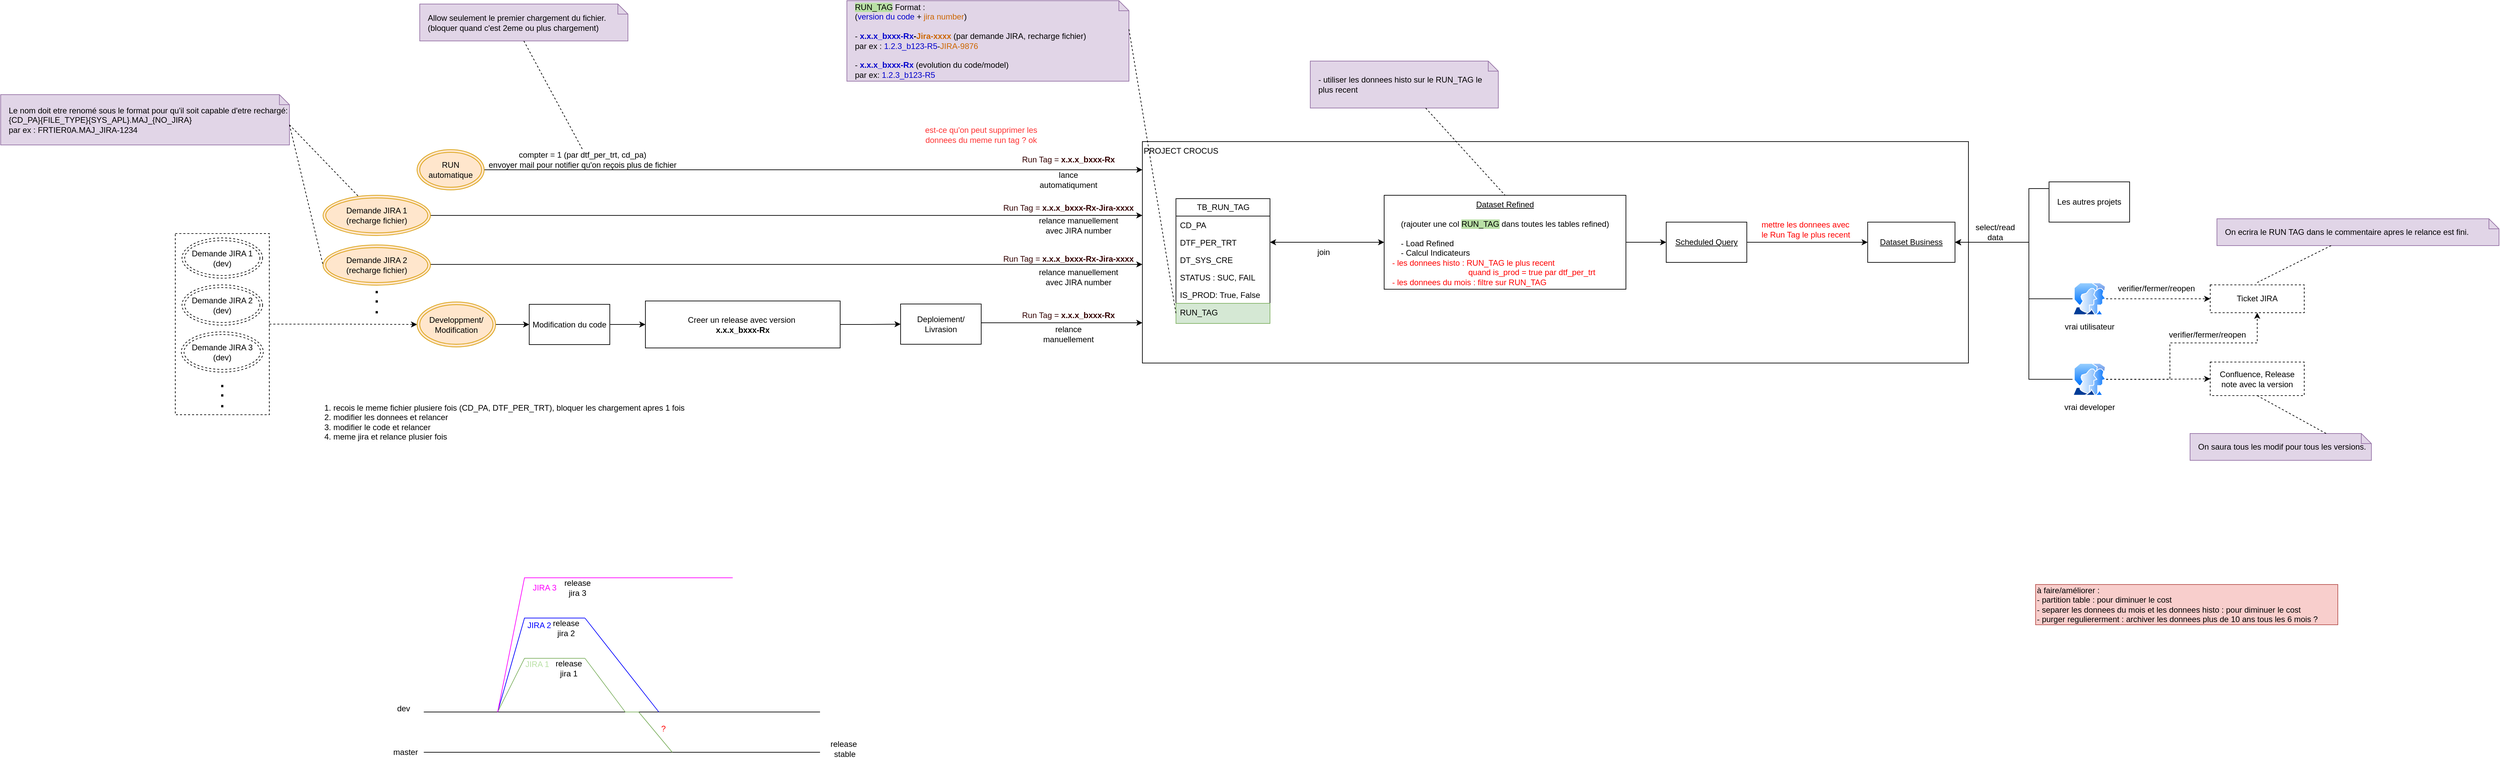
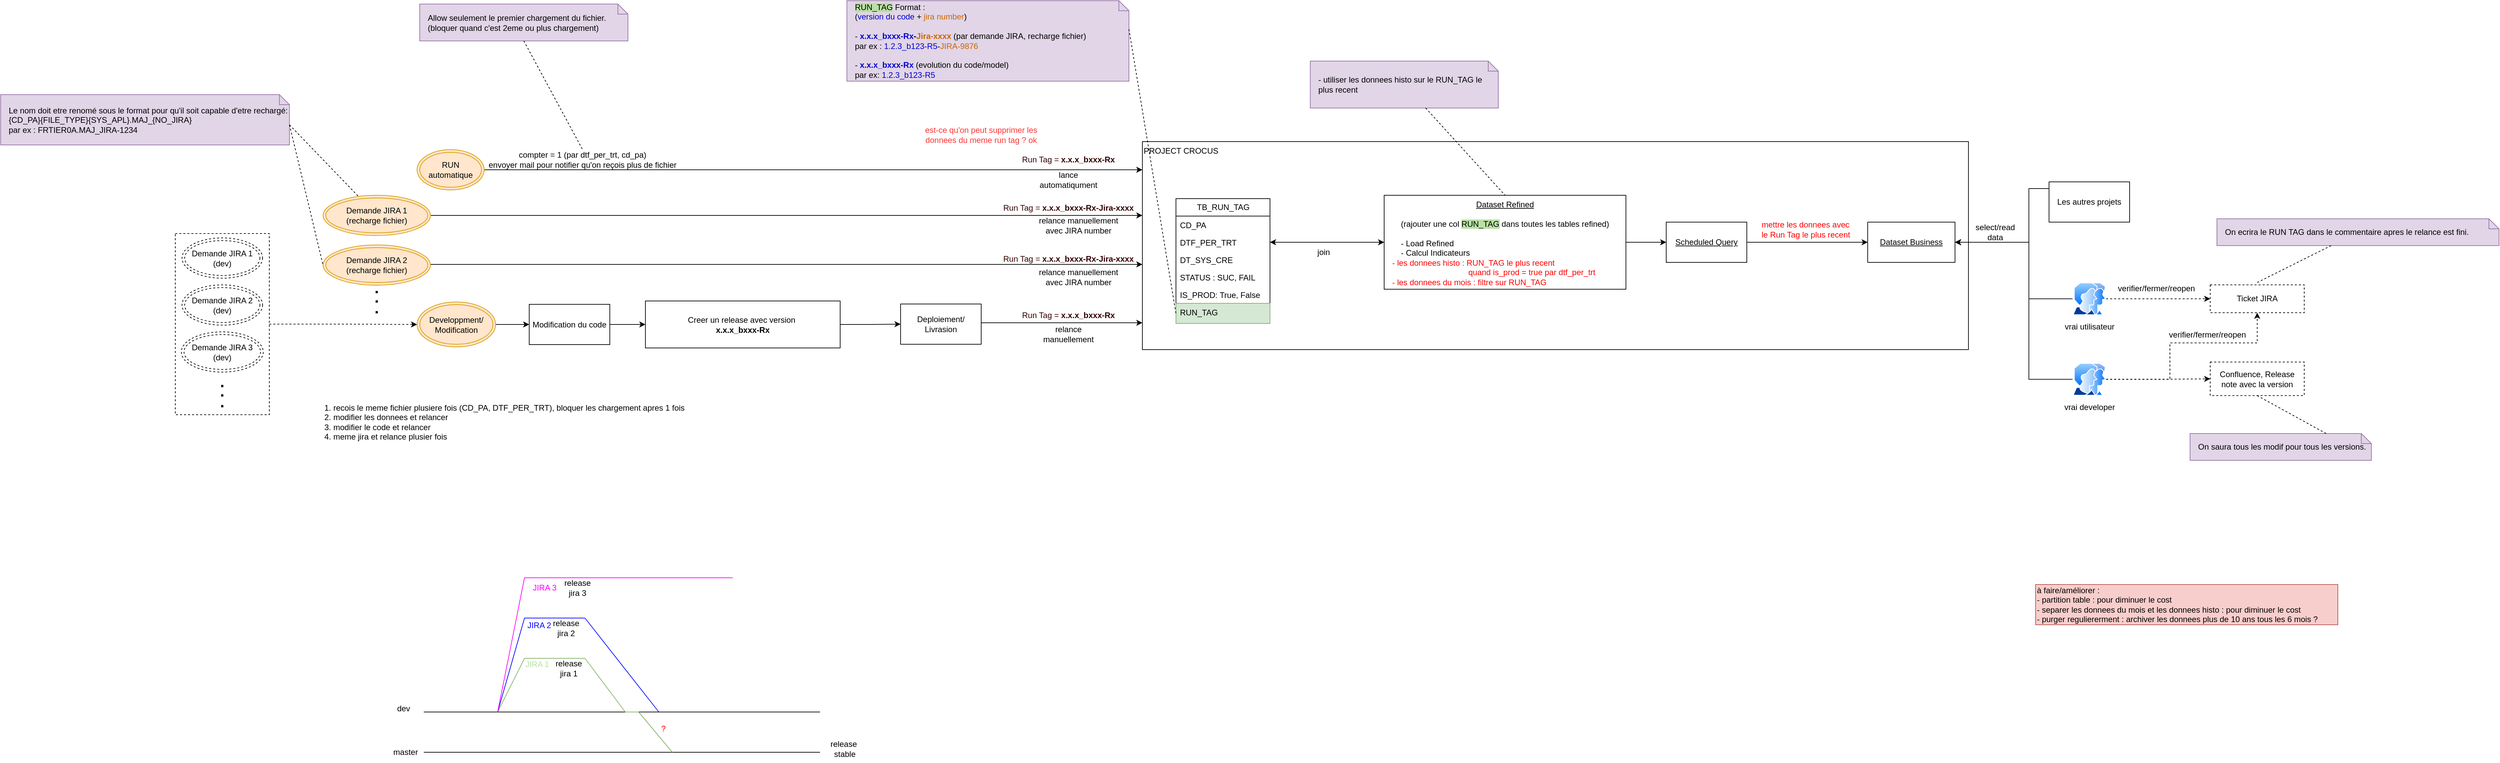
<mxfile host="app.diagrams.net">
  <diagram name="Page-1" id="bEAYSmEDHXBXhFzCy1HB">
    <mxGraphModel dx="3279" dy="1847" grid="1" gridSize="10" guides="1" tooltips="1" connect="1" arrows="1" fold="1" page="1" pageScale="1" pageWidth="827" pageHeight="1169" math="0" shadow="0">
      <root>
        <mxCell id="0" />
        <mxCell id="1" parent="0" />
        <mxCell id="cKu8MT6L8Fp_BZaxLZj7-22" edge="1" parent="1" source="cKu8MT6L8Fp_BZaxLZj7-16" style="edgeStyle=orthogonalEdgeStyle;rounded=0;orthogonalLoop=1;jettySize=auto;html=1;dashed=1;" target="QUzsFoNl6aFI_2ed8XXq-33">
          <mxGeometry relative="1" as="geometry">
            <Array as="points" />
            <mxPoint x="-937.4999999999995" y="382" as="sourcePoint" />
            <mxPoint x="-602.4999999999995" y="365" as="targetPoint" />
          </mxGeometry>
        </mxCell>
        <mxCell id="cKu8MT6L8Fp_BZaxLZj7-16" parent="1" style="rounded=0;whiteSpace=wrap;html=1;dashed=1;" value="" vertex="1">
          <mxGeometry height="270" width="140" x="-1070" y="247" as="geometry" />
        </mxCell>
        <mxCell id="QUzsFoNl6aFI_2ed8XXq-13" parent="1" style="rounded=0;whiteSpace=wrap;html=1;align=left;verticalAlign=top;" value="PROJECT CROCUS" vertex="1">
-           <mxGeometry height="330" width="1230" x="370" y="110" as="geometry" />
+           <mxGeometry height="310" width="1230" x="370" y="110" as="geometry" />
        </mxCell>
        <mxCell id="QUzsFoNl6aFI_2ed8XXq-1" parent="1" style="swimlane;fontStyle=0;childLayout=stackLayout;horizontal=1;startSize=26;fillColor=none;horizontalStack=0;resizeParent=1;resizeParentMax=0;resizeLast=0;collapsible=1;marginBottom=0;html=1;" value="TB_RUN_TAG" vertex="1">
          <mxGeometry height="186" width="140" x="420" y="195" as="geometry" />
        </mxCell>
        <mxCell id="QUzsFoNl6aFI_2ed8XXq-2" parent="QUzsFoNl6aFI_2ed8XXq-1" style="text;strokeColor=none;fillColor=none;align=left;verticalAlign=top;spacingLeft=4;spacingRight=4;overflow=hidden;rotatable=0;points=[[0,0.5],[1,0.5]];portConstraint=eastwest;whiteSpace=wrap;html=1;" value="CD_PA" vertex="1">
          <mxGeometry height="26" width="140" y="26" as="geometry" />
        </mxCell>
        <mxCell id="QUzsFoNl6aFI_2ed8XXq-3" parent="QUzsFoNl6aFI_2ed8XXq-1" style="text;strokeColor=none;fillColor=none;align=left;verticalAlign=top;spacingLeft=4;spacingRight=4;overflow=hidden;rotatable=0;points=[[0,0.5],[1,0.5]];portConstraint=eastwest;whiteSpace=wrap;html=1;" value="DTF_PER_TRT" vertex="1">
          <mxGeometry height="26" width="140" y="52" as="geometry" />
        </mxCell>
        <mxCell id="QUzsFoNl6aFI_2ed8XXq-4" parent="QUzsFoNl6aFI_2ed8XXq-1" style="text;strokeColor=none;fillColor=none;align=left;verticalAlign=top;spacingLeft=4;spacingRight=4;overflow=hidden;rotatable=0;points=[[0,0.5],[1,0.5]];portConstraint=eastwest;whiteSpace=wrap;html=1;" value="DT_SYS_CRE" vertex="1">
          <mxGeometry height="26" width="140" y="78" as="geometry" />
        </mxCell>
        <mxCell id="QUzsFoNl6aFI_2ed8XXq-105" parent="QUzsFoNl6aFI_2ed8XXq-1" style="text;strokeColor=none;fillColor=none;align=left;verticalAlign=top;spacingLeft=4;spacingRight=4;overflow=hidden;rotatable=0;points=[[0,0.5],[1,0.5]];portConstraint=eastwest;whiteSpace=wrap;html=1;" value="STATUS : SUC, FAIL" vertex="1">
          <mxGeometry height="26" width="140" y="104" as="geometry" />
        </mxCell>
        <mxCell id="DOhsEIRQmGDwiVjTRz9E-7" parent="QUzsFoNl6aFI_2ed8XXq-1" style="text;strokeColor=none;fillColor=none;align=left;verticalAlign=top;spacingLeft=4;spacingRight=4;overflow=hidden;rotatable=0;points=[[0,0.5],[1,0.5]];portConstraint=eastwest;whiteSpace=wrap;html=1;" value="IS_PROD: True, False" vertex="1">
          <mxGeometry height="26" width="140" y="130" as="geometry" />
        </mxCell>
        <mxCell id="QUzsFoNl6aFI_2ed8XXq-5" parent="QUzsFoNl6aFI_2ed8XXq-1" style="text;strokeColor=#82b366;fillColor=#d5e8d4;align=left;verticalAlign=top;spacingLeft=4;spacingRight=4;overflow=hidden;rotatable=0;points=[[0,0.5],[1,0.5]];portConstraint=eastwest;whiteSpace=wrap;html=1;" value="RUN_TAG" vertex="1">
          <mxGeometry height="30" width="140" y="156" as="geometry" />
        </mxCell>
        <mxCell id="QUzsFoNl6aFI_2ed8XXq-7" parent="1" style="shape=note;size=15;align=left;spacingLeft=10;html=1;whiteSpace=wrap;fillColor=#e1d5e7;strokeColor=#9673a6;" value="&lt;span style=&quot;background-color: rgb(185, 224, 165);&quot;&gt;RUN_TAG&lt;/span&gt; Format :&amp;nbsp;&lt;div&gt;(&lt;font style=&quot;color: rgb(0, 0, 204);&quot;&gt;version du code&lt;/font&gt; +&lt;font style=&quot;color: rgb(204, 102, 0);&quot;&gt; &lt;font&gt;jira number&lt;/font&gt;&lt;/font&gt;)&lt;/div&gt;&lt;div&gt;&lt;br&gt;&lt;div&gt;- &lt;b&gt;&lt;font style=&quot;color: rgb(0, 0, 204);&quot;&gt;x.x.x_bxxx-Rx&lt;/font&gt;-&lt;font style=&quot;color: rgb(204, 102, 0);&quot;&gt;Jira-xxxx&lt;/font&gt;&lt;/b&gt; (par demande JIRA, recharge fichier)&amp;nbsp;&lt;/div&gt;&lt;div&gt;par ex : &lt;font style=&quot;color: rgb(0, 0, 204);&quot;&gt;1.2.3_b123-R5&lt;/font&gt;-&lt;font style=&quot;color: rgb(204, 102, 0);&quot;&gt;JIRA-9876&lt;/font&gt;&lt;/div&gt;&lt;div&gt;&lt;br&gt;&lt;/div&gt;&lt;div&gt;-&lt;b&gt; &lt;font style=&quot;color: rgb(0, 0, 204);&quot;&gt;x.x.x_bxxx-Rx&lt;/font&gt;&lt;/b&gt; (evolution du code/model)&lt;/div&gt;&lt;div&gt;&lt;span style=&quot;background-color: transparent; color: light-dark(rgb(0, 0, 0), rgb(255, 255, 255));&quot;&gt;par ex: &lt;/span&gt;&lt;span style=&quot;background-color: transparent;&quot;&gt;&lt;font style=&quot;color: light-dark(rgb(0, 0, 204), rgb(255, 255, 255));&quot;&gt;1.2.3_b123-R5&lt;/font&gt;&lt;/span&gt;&lt;/div&gt;&lt;/div&gt;" vertex="1">
          <mxGeometry height="120" width="420" x="-70" y="-100" as="geometry" />
        </mxCell>
        <mxCell id="QUzsFoNl6aFI_2ed8XXq-8" edge="1" parent="1" source="QUzsFoNl6aFI_2ed8XXq-7" style="edgeStyle=none;endArrow=none;exitX=0;exitY=0;dashed=1;html=1;rounded=0;entryX=0;entryY=0.5;entryDx=0;entryDy=0;exitDx=420;exitDy=42.5;exitPerimeter=0;" target="QUzsFoNl6aFI_2ed8XXq-5" value="">
          <mxGeometry relative="1" x="1" as="geometry">
            <mxPoint x="590" y="660" as="targetPoint" />
          </mxGeometry>
        </mxCell>
        <mxCell id="QUzsFoNl6aFI_2ed8XXq-10" parent="1" style="rounded=0;whiteSpace=wrap;html=1;dashed=1;" value="Confluence, Release note avec la v&lt;span style=&quot;background-color: transparent; color: light-dark(rgb(0, 0, 0), rgb(255, 255, 255));&quot;&gt;ersion&lt;/span&gt;" vertex="1">
          <mxGeometry height="50" width="140" x="1960" y="438.5" as="geometry" />
        </mxCell>
        <mxCell id="QUzsFoNl6aFI_2ed8XXq-11" parent="1" style="rounded=0;whiteSpace=wrap;html=1;dashed=1;" value="Ticket JIRA" vertex="1">
          <mxGeometry height="41.5" width="140" x="1960" y="323.5" as="geometry" />
        </mxCell>
        <mxCell id="QUzsFoNl6aFI_2ed8XXq-42" edge="1" parent="1" source="QUzsFoNl6aFI_2ed8XXq-12" style="edgeStyle=orthogonalEdgeStyle;rounded=0;orthogonalLoop=1;jettySize=auto;html=1;entryX=1;entryY=0.5;entryDx=0;entryDy=0;startArrow=classic;startFill=1;" target="QUzsFoNl6aFI_2ed8XXq-3">
          <mxGeometry relative="1" as="geometry" />
        </mxCell>
        <mxCell id="QUzsFoNl6aFI_2ed8XXq-50" edge="1" parent="1" source="QUzsFoNl6aFI_2ed8XXq-12" style="edgeStyle=orthogonalEdgeStyle;rounded=0;orthogonalLoop=1;jettySize=auto;html=1;" target="QUzsFoNl6aFI_2ed8XXq-46">
          <mxGeometry relative="1" as="geometry">
            <Array as="points" />
          </mxGeometry>
        </mxCell>
        <mxCell id="QUzsFoNl6aFI_2ed8XXq-12" parent="1" style="rounded=0;whiteSpace=wrap;html=1;verticalAlign=top;" value="&lt;u&gt;Dataset Refined&lt;/u&gt;&lt;div&gt;&lt;u&gt;&lt;br&gt;&lt;/u&gt;&lt;div&gt;(rajouter une col &lt;span style=&quot;background-color: rgb(185, 224, 165);&quot;&gt;RUN_TAG&lt;/span&gt;&lt;span&gt; &lt;/span&gt;dans toutes les tables refined)&lt;/div&gt;&lt;div&gt;&lt;br&gt;&lt;/div&gt;&lt;div style=&quot;text-align: left;&quot;&gt;- Load Refined&amp;nbsp; &amp;nbsp; &amp;nbsp; &amp;nbsp;&lt;/div&gt;&lt;div style=&quot;text-align: left;&quot;&gt;- Calcul Indicateurs&lt;/div&gt;&lt;/div&gt;" vertex="1">
          <mxGeometry height="140" width="360" x="730" y="190" as="geometry" />
        </mxCell>
        <mxCell id="QUzsFoNl6aFI_2ed8XXq-27" edge="1" parent="1" source="QUzsFoNl6aFI_2ed8XXq-33" style="edgeStyle=orthogonalEdgeStyle;rounded=0;orthogonalLoop=1;jettySize=auto;html=1;entryX=0;entryY=0.5;entryDx=0;entryDy=0;" target="QUzsFoNl6aFI_2ed8XXq-23">
          <mxGeometry relative="1" as="geometry">
            <mxPoint x="-740" y="198" as="sourcePoint" />
          </mxGeometry>
        </mxCell>
        <mxCell id="QUzsFoNl6aFI_2ed8XXq-19" parent="1" style="text;html=1;whiteSpace=wrap;strokeColor=none;fillColor=none;align=center;verticalAlign=middle;rounded=0;fontColor=#330000;" value="&lt;font style=&quot;&quot;&gt;Run Tag =&amp;nbsp;&lt;/font&gt;&lt;b style=&quot;text-align: left;&quot;&gt;x.x.x_bxxx-Rx-Jira-xxxx&lt;/b&gt;" vertex="1">
          <mxGeometry height="30" width="200" x="160" y="269.5" as="geometry" />
        </mxCell>
        <mxCell id="cKu8MT6L8Fp_BZaxLZj7-37" edge="1" parent="1" source="QUzsFoNl6aFI_2ed8XXq-23" style="edgeStyle=orthogonalEdgeStyle;rounded=0;orthogonalLoop=1;jettySize=auto;html=1;" target="QUzsFoNl6aFI_2ed8XXq-25">
          <mxGeometry relative="1" as="geometry" />
        </mxCell>
        <mxCell id="QUzsFoNl6aFI_2ed8XXq-23" parent="1" style="rounded=0;whiteSpace=wrap;html=1;" value="Modification du code" vertex="1">
          <mxGeometry height="60" width="120" x="-543" y="352.5" as="geometry" />
        </mxCell>
        <mxCell id="QUzsFoNl6aFI_2ed8XXq-31" edge="1" parent="1" source="QUzsFoNl6aFI_2ed8XXq-24" style="edgeStyle=orthogonalEdgeStyle;rounded=0;orthogonalLoop=1;jettySize=auto;html=1;" target="QUzsFoNl6aFI_2ed8XXq-13">
          <mxGeometry relative="1" as="geometry">
            <Array as="points">
              <mxPoint x="180" y="380" />
              <mxPoint x="180" y="380" />
            </Array>
            <mxPoint x="380" y="373" as="targetPoint" />
          </mxGeometry>
        </mxCell>
        <mxCell id="QUzsFoNl6aFI_2ed8XXq-24" parent="1" style="rounded=0;whiteSpace=wrap;html=1;" value="Deploiement/ Livrasion" vertex="1">
          <mxGeometry height="60" width="120" x="10" y="352" as="geometry" />
        </mxCell>
        <mxCell id="cKu8MT6L8Fp_BZaxLZj7-38" edge="1" parent="1" source="QUzsFoNl6aFI_2ed8XXq-25" style="edgeStyle=orthogonalEdgeStyle;rounded=0;orthogonalLoop=1;jettySize=auto;html=1;" target="QUzsFoNl6aFI_2ed8XXq-24">
          <mxGeometry relative="1" as="geometry" />
        </mxCell>
        <mxCell id="QUzsFoNl6aFI_2ed8XXq-25" parent="1" style="rounded=0;whiteSpace=wrap;html=1;" value="Creer un release avec version&amp;nbsp;&lt;div&gt;&lt;span style=&quot;text-align: left;&quot;&gt;&lt;b&gt;x.x.x_bxxx-Rx&lt;/b&gt;&lt;/span&gt;&lt;/div&gt;" vertex="1">
          <mxGeometry height="70" width="290" x="-370" y="347.5" as="geometry" />
        </mxCell>
        <mxCell id="QUzsFoNl6aFI_2ed8XXq-33" parent="1" style="ellipse;shape=doubleEllipse;whiteSpace=wrap;html=1;fillColor=#ffe6cc;strokeColor=#d79b00;" value="Developpment/&lt;div&gt;Modification&lt;/div&gt;" vertex="1">
          <mxGeometry height="67" width="117" x="-710" y="349" as="geometry" />
        </mxCell>
        <mxCell id="cKu8MT6L8Fp_BZaxLZj7-5" edge="1" parent="1" style="edgeStyle=orthogonalEdgeStyle;rounded=0;orthogonalLoop=1;jettySize=auto;html=1;">
          <mxGeometry relative="1" as="geometry">
            <Array as="points">
              <mxPoint x="110" y="293" />
              <mxPoint x="110" y="293" />
            </Array>
            <mxPoint x="-690.0000000000005" y="293" as="sourcePoint" />
            <mxPoint x="370" y="293" as="targetPoint" />
          </mxGeometry>
        </mxCell>
        <mxCell id="QUzsFoNl6aFI_2ed8XXq-34" parent="1" style="ellipse;shape=doubleEllipse;whiteSpace=wrap;html=1;fillColor=#ffe6cc;strokeColor=#d79b00;" value="Demande JIRA 2&lt;div&gt;(recharge fichier)&lt;/div&gt;" vertex="1">
          <mxGeometry height="60" width="160" x="-850" y="264" as="geometry" />
        </mxCell>
        <mxCell id="QUzsFoNl6aFI_2ed8XXq-36" edge="1" parent="1" source="QUzsFoNl6aFI_2ed8XXq-35" style="edgeStyle=orthogonalEdgeStyle;rounded=0;orthogonalLoop=1;jettySize=auto;html=1;" target="QUzsFoNl6aFI_2ed8XXq-13">
          <mxGeometry relative="1" as="geometry">
            <Array as="points">
              <mxPoint x="140" y="152" />
              <mxPoint x="140" y="152" />
            </Array>
            <mxPoint x="380" y="152.0588235294117" as="targetPoint" />
          </mxGeometry>
        </mxCell>
        <mxCell id="QUzsFoNl6aFI_2ed8XXq-35" parent="1" style="ellipse;shape=doubleEllipse;whiteSpace=wrap;html=1;fillColor=#ffe6cc;strokeColor=#d79b00;" value="RUN automatique" vertex="1">
          <mxGeometry height="60" width="100" x="-710" y="122" as="geometry" />
        </mxCell>
        <mxCell id="QUzsFoNl6aFI_2ed8XXq-40" parent="1" style="shape=note;size=15;align=left;spacingLeft=10;html=1;whiteSpace=wrap;fillColor=#e1d5e7;strokeColor=#9673a6;" value="&lt;div&gt;- utiliser les donnees histo sur le RUN_TAG le plus recent&lt;/div&gt;" vertex="1">
          <mxGeometry height="70" width="280" x="620" y="-10" as="geometry" />
        </mxCell>
        <mxCell id="QUzsFoNl6aFI_2ed8XXq-41" edge="1" parent="1" source="QUzsFoNl6aFI_2ed8XXq-40" style="edgeStyle=none;endArrow=none;dashed=1;html=1;rounded=0;entryX=0.5;entryY=0;entryDx=0;entryDy=0;" target="QUzsFoNl6aFI_2ed8XXq-12" value="">
          <mxGeometry relative="1" x="1" as="geometry">
            <mxPoint x="720" y="650" as="sourcePoint" />
            <mxPoint x="772" y="500" as="targetPoint" />
          </mxGeometry>
        </mxCell>
        <mxCell id="QUzsFoNl6aFI_2ed8XXq-43" parent="1" style="text;html=1;whiteSpace=wrap;strokeColor=none;fillColor=none;align=left;verticalAlign=middle;rounded=0;" value="&lt;font style=&quot;color: rgb(255, 0, 0);&quot;&gt;- les donnees histo : RUN_TAG le plus recent&amp;nbsp;&lt;/font&gt;&lt;div&gt;&lt;font style=&quot;color: rgb(255, 0, 0);&quot;&gt;&amp;nbsp; &amp;nbsp; &amp;nbsp; &amp;nbsp; &amp;nbsp; &amp;nbsp; &amp;nbsp; &amp;nbsp; &amp;nbsp; &amp;nbsp; &amp;nbsp; &amp;nbsp; &amp;nbsp; &amp;nbsp; &amp;nbsp; &amp;nbsp; &amp;nbsp; quand is_prod = true par dtf_per_trt&lt;/font&gt;&lt;div&gt;&lt;font style=&quot;color: rgb(255, 0, 0);&quot;&gt;- les donnees du mois : f&lt;/font&gt;&lt;span style=&quot;color: light-dark(rgb(255, 0, 0), rgb(255, 144, 144)); background-color: transparent;&quot;&gt;iltre sur RUN_TAG&lt;/span&gt;&lt;/div&gt;&lt;/div&gt;" vertex="1">
          <mxGeometry height="30" width="370" x="740" y="290" as="geometry" />
        </mxCell>
        <mxCell id="QUzsFoNl6aFI_2ed8XXq-45" parent="1" style="rounded=0;whiteSpace=wrap;html=1;" value="&lt;u&gt;Dataset Business&lt;/u&gt;" vertex="1">
          <mxGeometry height="60" width="130" x="1450" y="230" as="geometry" />
        </mxCell>
        <mxCell id="QUzsFoNl6aFI_2ed8XXq-48" edge="1" parent="1" source="QUzsFoNl6aFI_2ed8XXq-46" style="edgeStyle=orthogonalEdgeStyle;rounded=0;orthogonalLoop=1;jettySize=auto;html=1;" target="QUzsFoNl6aFI_2ed8XXq-45">
          <mxGeometry relative="1" as="geometry" />
        </mxCell>
        <mxCell id="QUzsFoNl6aFI_2ed8XXq-46" parent="1" style="rounded=0;whiteSpace=wrap;html=1;" value="&lt;u&gt;Scheduled Query&lt;/u&gt;" vertex="1">
          <mxGeometry height="60" width="120" x="1150" y="230" as="geometry" />
        </mxCell>
        <mxCell id="QUzsFoNl6aFI_2ed8XXq-51" parent="1" style="text;html=1;whiteSpace=wrap;strokeColor=none;fillColor=none;align=left;verticalAlign=middle;rounded=0;fontColor=#FF0000;" value="mettre les donnees avec le Run Tag le plus recent" vertex="1">
          <mxGeometry height="30" width="140" x="1290" y="226" as="geometry" />
        </mxCell>
        <mxCell id="QUzsFoNl6aFI_2ed8XXq-59" edge="1" parent="1" source="QUzsFoNl6aFI_2ed8XXq-52" style="edgeStyle=orthogonalEdgeStyle;rounded=0;orthogonalLoop=1;jettySize=auto;html=1;entryX=1;entryY=0.5;entryDx=0;entryDy=0;" target="QUzsFoNl6aFI_2ed8XXq-45">
          <mxGeometry relative="1" as="geometry">
            <Array as="points">
              <mxPoint x="1690" y="180" />
              <mxPoint x="1690" y="260" />
            </Array>
          </mxGeometry>
        </mxCell>
        <mxCell id="QUzsFoNl6aFI_2ed8XXq-52" parent="1" style="rounded=0;whiteSpace=wrap;html=1;" value="Les autres projets" vertex="1">
          <mxGeometry height="60" width="120" x="1720" y="170" as="geometry" />
        </mxCell>
        <mxCell id="QUzsFoNl6aFI_2ed8XXq-58" edge="1" parent="1" source="QUzsFoNl6aFI_2ed8XXq-57" style="edgeStyle=orthogonalEdgeStyle;rounded=0;orthogonalLoop=1;jettySize=auto;html=1;entryX=1;entryY=0.5;entryDx=0;entryDy=0;" target="QUzsFoNl6aFI_2ed8XXq-45">
          <mxGeometry relative="1" as="geometry">
            <Array as="points">
              <mxPoint x="1690" y="344" />
              <mxPoint x="1690" y="260" />
            </Array>
          </mxGeometry>
        </mxCell>
        <mxCell id="QUzsFoNl6aFI_2ed8XXq-65" edge="1" parent="1" source="QUzsFoNl6aFI_2ed8XXq-57" style="edgeStyle=orthogonalEdgeStyle;rounded=0;orthogonalLoop=1;jettySize=auto;html=1;dashed=1;" target="QUzsFoNl6aFI_2ed8XXq-11">
          <mxGeometry relative="1" as="geometry" />
        </mxCell>
        <mxCell id="QUzsFoNl6aFI_2ed8XXq-57" parent="1" style="image;aspect=fixed;perimeter=ellipsePerimeter;html=1;align=center;shadow=0;dashed=0;spacingTop=3;image=img/lib/active_directory/user_accounts.svg;" value="vrai utilisateur" vertex="1">
          <mxGeometry height="48.5" width="50" x="1755" y="320" as="geometry" />
        </mxCell>
        <mxCell id="QUzsFoNl6aFI_2ed8XXq-60" parent="1" style="text;html=1;whiteSpace=wrap;strokeColor=none;fillColor=none;align=center;verticalAlign=middle;rounded=0;" value="select/read data" vertex="1">
          <mxGeometry height="30" width="60" x="1610" y="230" as="geometry" />
        </mxCell>
        <mxCell id="QUzsFoNl6aFI_2ed8XXq-63" edge="1" parent="1" source="QUzsFoNl6aFI_2ed8XXq-62" style="edgeStyle=orthogonalEdgeStyle;rounded=0;orthogonalLoop=1;jettySize=auto;html=1;entryX=1;entryY=0.5;entryDx=0;entryDy=0;" target="QUzsFoNl6aFI_2ed8XXq-45">
          <mxGeometry relative="1" as="geometry">
            <Array as="points">
              <mxPoint x="1690" y="464" />
              <mxPoint x="1690" y="260" />
            </Array>
          </mxGeometry>
        </mxCell>
        <mxCell id="QUzsFoNl6aFI_2ed8XXq-66" edge="1" parent="1" source="QUzsFoNl6aFI_2ed8XXq-62" style="edgeStyle=orthogonalEdgeStyle;rounded=0;orthogonalLoop=1;jettySize=auto;html=1;dashed=1;" target="QUzsFoNl6aFI_2ed8XXq-10">
          <mxGeometry relative="1" as="geometry" />
        </mxCell>
        <mxCell id="QUzsFoNl6aFI_2ed8XXq-68" edge="1" parent="1" source="QUzsFoNl6aFI_2ed8XXq-62" style="edgeStyle=orthogonalEdgeStyle;rounded=0;orthogonalLoop=1;jettySize=auto;html=1;entryX=0.5;entryY=1;entryDx=0;entryDy=0;dashed=1;" target="QUzsFoNl6aFI_2ed8XXq-11">
          <mxGeometry relative="1" as="geometry">
            <Array as="points">
              <mxPoint x="1900" y="464" />
              <mxPoint x="1900" y="410" />
              <mxPoint x="2030" y="410" />
            </Array>
          </mxGeometry>
        </mxCell>
        <mxCell id="QUzsFoNl6aFI_2ed8XXq-62" parent="1" style="image;aspect=fixed;perimeter=ellipsePerimeter;html=1;align=center;shadow=0;dashed=0;spacingTop=3;image=img/lib/active_directory/user_accounts.svg;" value="vrai developer" vertex="1">
          <mxGeometry height="48.5" width="50" x="1755" y="440" as="geometry" />
        </mxCell>
        <mxCell id="QUzsFoNl6aFI_2ed8XXq-69" parent="1" style="shape=note;size=15;align=left;spacingLeft=10;html=1;whiteSpace=wrap;fillColor=#e1d5e7;strokeColor=#9673a6;" value="On ecrira le RUN TAG dans le commentaire apres le relance est fini." vertex="1">
          <mxGeometry height="40" width="420" x="1970" y="225" as="geometry" />
        </mxCell>
        <mxCell id="QUzsFoNl6aFI_2ed8XXq-70" edge="1" parent="1" source="QUzsFoNl6aFI_2ed8XXq-69" style="edgeStyle=none;endArrow=none;dashed=1;html=1;rounded=0;" value="">
          <mxGeometry relative="1" x="1" as="geometry">
            <mxPoint x="970" y="210" as="sourcePoint" />
            <mxPoint x="2030" y="320" as="targetPoint" />
          </mxGeometry>
        </mxCell>
        <mxCell id="QUzsFoNl6aFI_2ed8XXq-71" parent="1" style="shape=note;size=15;align=left;spacingLeft=10;html=1;whiteSpace=wrap;fillColor=#e1d5e7;strokeColor=#9673a6;" value="On saura tous les modif pour tous les versions." vertex="1">
          <mxGeometry height="40" width="270" x="1930" y="545" as="geometry" />
        </mxCell>
        <mxCell id="QUzsFoNl6aFI_2ed8XXq-72" edge="1" parent="1" source="QUzsFoNl6aFI_2ed8XXq-71" style="edgeStyle=none;endArrow=none;dashed=1;html=1;rounded=0;entryX=0.5;entryY=1;entryDx=0;entryDy=0;exitX=0;exitY=0;exitDx=202.5;exitDy=0;exitPerimeter=0;" target="QUzsFoNl6aFI_2ed8XXq-10" value="">
          <mxGeometry relative="1" x="1" as="geometry">
            <mxPoint x="2180" y="470" as="sourcePoint" />
            <mxPoint x="2070" y="525" as="targetPoint" />
          </mxGeometry>
        </mxCell>
        <mxCell id="QUzsFoNl6aFI_2ed8XXq-74" parent="1" style="rounded=0;whiteSpace=wrap;html=1;align=left;fillColor=#f8cecc;strokeColor=#b85450;" value="à faire/améliorer :&lt;div&gt;- partition table : pour diminuer le cost&lt;/div&gt;&lt;div&gt;- separer les donnees du mois et les donnees histo&amp;nbsp;&lt;span style=&quot;background-color: transparent; color: light-dark(rgb(0, 0, 0), rgb(255, 255, 255));&quot;&gt;: pour diminuer le cost&lt;/span&gt;&lt;/div&gt;&lt;div&gt;&lt;span style=&quot;background-color: transparent; color: light-dark(rgb(0, 0, 0), rgb(255, 255, 255));&quot;&gt;- purger reguliererment : archiver les donnees plus de 10 ans tous les 6 mois ?&lt;/span&gt;&lt;/div&gt;" vertex="1">
          <mxGeometry height="60" width="450" x="1700" y="770" as="geometry" />
        </mxCell>
        <mxCell id="QUzsFoNl6aFI_2ed8XXq-76" parent="1" style="text;html=1;whiteSpace=wrap;strokeColor=none;fillColor=none;align=center;verticalAlign=middle;rounded=0;" value="join" vertex="1">
          <mxGeometry height="30" width="60" x="610" y="260" as="geometry" />
        </mxCell>
        <mxCell id="QUzsFoNl6aFI_2ed8XXq-81" edge="1" parent="1" style="endArrow=none;html=1;rounded=0;" value="">
          <mxGeometry height="50" relative="1" width="50" as="geometry">
            <mxPoint x="-700" y="960" as="sourcePoint" />
            <mxPoint x="-110" y="960" as="targetPoint" />
          </mxGeometry>
        </mxCell>
        <mxCell id="QUzsFoNl6aFI_2ed8XXq-83" edge="1" parent="1" style="endArrow=none;html=1;rounded=0;fillColor=#d5e8d4;strokeColor=#82b366;" value="">
          <mxGeometry height="50" relative="1" width="50" as="geometry">
            <Array as="points">
              <mxPoint x="-550" y="880" />
            </Array>
            <mxPoint x="-590" y="960" as="sourcePoint" />
            <mxPoint x="-460" y="880" as="targetPoint" />
          </mxGeometry>
        </mxCell>
        <mxCell id="QUzsFoNl6aFI_2ed8XXq-84" parent="1" style="text;html=1;whiteSpace=wrap;strokeColor=none;fillColor=none;align=center;verticalAlign=middle;rounded=0;" value="dev" vertex="1">
          <mxGeometry height="30" width="60" x="-760" y="940" as="geometry" />
        </mxCell>
        <mxCell id="QUzsFoNl6aFI_2ed8XXq-85" edge="1" parent="1" style="endArrow=none;html=1;rounded=0;strokeColor=#0000FF;" value="">
          <mxGeometry height="50" relative="1" width="50" as="geometry">
            <Array as="points">
              <mxPoint x="-550" y="820" />
            </Array>
            <mxPoint x="-590" y="960" as="sourcePoint" />
            <mxPoint x="-460" y="820" as="targetPoint" />
          </mxGeometry>
        </mxCell>
        <mxCell id="QUzsFoNl6aFI_2ed8XXq-86" edge="1" parent="1" style="endArrow=none;html=1;rounded=0;strokeColor=#FF00FF;" value="">
          <mxGeometry height="50" relative="1" width="50" as="geometry">
            <Array as="points">
              <mxPoint x="-550" y="760" />
            </Array>
            <mxPoint x="-590" y="960" as="sourcePoint" />
            <mxPoint x="-240" y="760" as="targetPoint" />
          </mxGeometry>
        </mxCell>
        <mxCell id="QUzsFoNl6aFI_2ed8XXq-87" parent="1" style="text;html=1;whiteSpace=wrap;strokeColor=none;fillColor=none;align=center;verticalAlign=middle;rounded=0;fontColor=#B9E0A5;" value="JIRA 1" vertex="1">
          <mxGeometry height="30" width="60" x="-561" y="874" as="geometry" />
        </mxCell>
        <mxCell id="QUzsFoNl6aFI_2ed8XXq-88" parent="1" style="text;html=1;whiteSpace=wrap;strokeColor=none;fillColor=none;align=center;verticalAlign=middle;rounded=0;fontColor=#0000FF;" value="JIRA 2" vertex="1">
          <mxGeometry height="30" width="60" x="-558" y="816" as="geometry" />
        </mxCell>
        <mxCell id="QUzsFoNl6aFI_2ed8XXq-89" parent="1" style="text;html=1;whiteSpace=wrap;strokeColor=none;fillColor=none;align=center;verticalAlign=middle;rounded=0;fontColor=#FF00FF;" value="JIRA 3" vertex="1">
          <mxGeometry height="30" width="60" x="-550" y="760" as="geometry" />
        </mxCell>
        <mxCell id="QUzsFoNl6aFI_2ed8XXq-90" edge="1" parent="1" style="endArrow=none;html=1;rounded=0;" value="">
          <mxGeometry height="50" relative="1" width="50" as="geometry">
            <mxPoint x="-700" y="1020" as="sourcePoint" />
            <mxPoint x="-110" y="1020" as="targetPoint" />
          </mxGeometry>
        </mxCell>
        <mxCell id="QUzsFoNl6aFI_2ed8XXq-91" parent="1" style="text;html=1;whiteSpace=wrap;strokeColor=none;fillColor=none;align=center;verticalAlign=middle;rounded=0;" value="master" vertex="1">
          <mxGeometry height="30" width="60" x="-757" y="1005" as="geometry" />
        </mxCell>
        <mxCell id="QUzsFoNl6aFI_2ed8XXq-92" edge="1" parent="1" style="endArrow=none;html=1;rounded=0;fillColor=#d5e8d4;strokeColor=#82b366;" value="">
          <mxGeometry height="50" relative="1" width="50" as="geometry">
            <mxPoint x="-460" y="880" as="sourcePoint" />
            <mxPoint x="-400" y="960" as="targetPoint" />
          </mxGeometry>
        </mxCell>
        <mxCell id="QUzsFoNl6aFI_2ed8XXq-94" edge="1" parent="1" style="endArrow=none;html=1;rounded=0;strokeColor=#0000FF;" value="">
          <mxGeometry height="50" relative="1" width="50" as="geometry">
            <mxPoint x="-460" y="820" as="sourcePoint" />
            <mxPoint x="-350" y="960" as="targetPoint" />
          </mxGeometry>
        </mxCell>
        <mxCell id="QUzsFoNl6aFI_2ed8XXq-95" edge="1" parent="1" style="endArrow=none;html=1;rounded=0;fillColor=#d5e8d4;strokeColor=#82b366;" value="">
          <mxGeometry height="50" relative="1" width="50" as="geometry">
            <mxPoint x="-380" y="960" as="sourcePoint" />
            <mxPoint x="-330" y="1020" as="targetPoint" />
          </mxGeometry>
        </mxCell>
        <mxCell id="QUzsFoNl6aFI_2ed8XXq-96" edge="1" parent="1" style="endArrow=none;html=1;rounded=0;fillColor=#d5e8d4;strokeColor=#82b366;" value="">
          <mxGeometry height="50" relative="1" width="50" as="geometry">
            <mxPoint x="-400" y="960" as="sourcePoint" />
            <mxPoint x="-380" y="960" as="targetPoint" />
          </mxGeometry>
        </mxCell>
        <mxCell id="QUzsFoNl6aFI_2ed8XXq-98" parent="1" style="text;html=1;whiteSpace=wrap;strokeColor=none;fillColor=none;align=center;verticalAlign=middle;rounded=0;" value="release jira 2" vertex="1">
          <mxGeometry height="30" width="60" x="-518" y="820" as="geometry" />
        </mxCell>
        <mxCell id="QUzsFoNl6aFI_2ed8XXq-99" parent="1" style="text;html=1;whiteSpace=wrap;strokeColor=none;fillColor=none;align=center;verticalAlign=middle;rounded=0;" value="release jira 1" vertex="1">
          <mxGeometry height="30" width="60" x="-514" y="880" as="geometry" />
        </mxCell>
        <mxCell id="QUzsFoNl6aFI_2ed8XXq-100" parent="1" style="text;html=1;whiteSpace=wrap;strokeColor=none;fillColor=none;align=center;verticalAlign=middle;rounded=0;" value="release jira 3" vertex="1">
          <mxGeometry height="30" width="60" x="-501" y="760" as="geometry" />
        </mxCell>
        <mxCell id="QUzsFoNl6aFI_2ed8XXq-101" parent="1" style="text;html=1;whiteSpace=wrap;strokeColor=none;fillColor=none;align=center;verticalAlign=middle;rounded=0;" value="release&amp;nbsp; stable" vertex="1">
          <mxGeometry height="30" width="60" x="-103" y="1000" as="geometry" />
        </mxCell>
        <mxCell id="QUzsFoNl6aFI_2ed8XXq-103" parent="1" style="text;html=1;whiteSpace=wrap;strokeColor=none;fillColor=none;align=center;verticalAlign=middle;rounded=0;fontColor=#FF0000;" value="?" vertex="1">
          <mxGeometry height="30" width="60" x="-373" y="970" as="geometry" />
        </mxCell>
        <mxCell id="QUzsFoNl6aFI_2ed8XXq-104" parent="1" style="text;html=1;whiteSpace=wrap;strokeColor=none;fillColor=none;align=center;verticalAlign=middle;rounded=0;" value="compter = 1 (par dtf_per_trt, cd_pa)&lt;div&gt;envoyer mail pour notifier qu&#39;on reçois plus de fichier&lt;/div&gt;" vertex="1">
          <mxGeometry height="30" width="293" x="-610" y="122" as="geometry" />
        </mxCell>
        <mxCell id="QUzsFoNl6aFI_2ed8XXq-106" parent="1" style="text;html=1;whiteSpace=wrap;strokeColor=none;fillColor=none;align=left;verticalAlign=middle;rounded=0;" value="1. recois le meme fichier plusiere fois (CD_PA, DTF_PER_TRT), bloquer les chargement apres 1 fois&lt;div&gt;2. modifier les donnees et relancer&lt;/div&gt;&lt;div&gt;3. modifier le code et relancer&lt;/div&gt;&lt;div&gt;4.&amp;nbsp;&lt;span style=&quot;text-align: center; background-color: transparent; color: light-dark(rgb(0, 0, 0), rgb(255, 255, 255));&quot;&gt;meme jira et relance plusier fois&lt;/span&gt;&lt;/div&gt;" vertex="1">
          <mxGeometry height="30" width="600" x="-850" y="513.25" as="geometry" />
        </mxCell>
        <mxCell id="cKu8MT6L8Fp_BZaxLZj7-1" parent="1" style="shape=note;size=15;align=left;spacingLeft=10;html=1;whiteSpace=wrap;fillColor=#e1d5e7;strokeColor=#9673a6;labelBackgroundColor=none;" value="&lt;span style=&quot;&quot;&gt;Allow seulement le premier chargement du fichier.&lt;br&gt;(bloquer quand c&#39;est 2eme ou plus chargement)&lt;/span&gt;" vertex="1">
          <mxGeometry height="55" width="310" x="-706" y="-95" as="geometry" />
        </mxCell>
        <mxCell id="cKu8MT6L8Fp_BZaxLZj7-2" edge="1" parent="1" source="cKu8MT6L8Fp_BZaxLZj7-1" style="edgeStyle=none;endArrow=none;exitX=0.5;exitY=1;dashed=1;html=1;rounded=0;entryX=0.5;entryY=0;entryDx=0;entryDy=0;exitDx=0;exitDy=0;exitPerimeter=0;" target="QUzsFoNl6aFI_2ed8XXq-104" value="">
          <mxGeometry relative="1" x="1" as="geometry">
            <mxPoint x="590" y="300" as="sourcePoint" />
            <mxPoint x="680" y="507" as="targetPoint" />
          </mxGeometry>
        </mxCell>
        <mxCell id="cKu8MT6L8Fp_BZaxLZj7-3" parent="1" style="ellipse;shape=doubleEllipse;whiteSpace=wrap;html=1;dashed=1;" value="Demande JIRA 1&lt;div&gt;(dev)&lt;/div&gt;" vertex="1">
          <mxGeometry height="60" width="120" x="-1060" y="253.5" as="geometry" />
        </mxCell>
        <mxCell id="cKu8MT6L8Fp_BZaxLZj7-7" parent="1" style="text;html=1;whiteSpace=wrap;strokeColor=none;fillColor=none;align=center;verticalAlign=middle;rounded=0;fontColor=#330000;" value="&lt;font style=&quot;&quot;&gt;Run Tag =&amp;nbsp;&lt;b style=&quot;text-align: left;&quot;&gt;x.x.x_bxxx-Rx&lt;/b&gt;&lt;/font&gt;" vertex="1">
          <mxGeometry height="30" width="200" x="160" y="122" as="geometry" />
        </mxCell>
        <mxCell id="cKu8MT6L8Fp_BZaxLZj7-11" parent="1" style="shape=note;size=15;align=left;spacingLeft=10;html=1;whiteSpace=wrap;fillColor=#e1d5e7;strokeColor=#9673a6;labelBackgroundColor=none;" value="&lt;span style=&quot;&quot;&gt;Le nom doit etre renomé sous le format pour qu&#39;il soit capable d&#39;etre rechargé:&lt;br&gt;{CD_PA}{FILE_TYPE}{SYS_APL}.MAJ_{NO_JIRA}&lt;/span&gt;&lt;div&gt;&lt;span style=&quot;&quot;&gt;par ex : FRTIER0A.MAJ_JIRA-1234&lt;/span&gt;&lt;/div&gt;" vertex="1">
          <mxGeometry height="75" width="430" x="-1330" y="40" as="geometry" />
        </mxCell>
        <mxCell id="cKu8MT6L8Fp_BZaxLZj7-14" parent="1" style="ellipse;shape=doubleEllipse;whiteSpace=wrap;html=1;dashed=1;" value="Demande JIRA 2&lt;div&gt;(dev)&lt;/div&gt;" vertex="1">
          <mxGeometry height="60" width="120" x="-1060" y="323.5" as="geometry" />
        </mxCell>
        <mxCell id="cKu8MT6L8Fp_BZaxLZj7-15" parent="1" style="ellipse;shape=doubleEllipse;whiteSpace=wrap;html=1;dashed=1;" value="Demande JIRA 3&lt;div&gt;(dev)&lt;/div&gt;" vertex="1">
          <mxGeometry height="60" width="122" x="-1061" y="393.5" as="geometry" />
        </mxCell>
        <mxCell id="cKu8MT6L8Fp_BZaxLZj7-19" parent="1" style="text;html=1;whiteSpace=wrap;strokeColor=none;fillColor=none;align=center;verticalAlign=middle;rounded=0;fontSize=23;fontStyle=1" value="." vertex="1">
          <mxGeometry height="30" width="60" x="-1030" y="453.25" as="geometry" />
        </mxCell>
        <mxCell id="cKu8MT6L8Fp_BZaxLZj7-20" parent="1" style="text;html=1;whiteSpace=wrap;strokeColor=none;fillColor=none;align=center;verticalAlign=middle;rounded=0;fontSize=23;fontStyle=1" value="." vertex="1">
          <mxGeometry height="30" width="60" x="-1030" y="467" as="geometry" />
        </mxCell>
        <mxCell id="cKu8MT6L8Fp_BZaxLZj7-21" parent="1" style="text;html=1;whiteSpace=wrap;strokeColor=none;fillColor=none;align=center;verticalAlign=middle;rounded=0;fontSize=23;fontStyle=1" value="." vertex="1">
          <mxGeometry height="30" width="60" x="-1030" y="483.25" as="geometry" />
        </mxCell>
        <mxCell id="cKu8MT6L8Fp_BZaxLZj7-24" edge="1" parent="1" source="cKu8MT6L8Fp_BZaxLZj7-23" style="edgeStyle=orthogonalEdgeStyle;rounded=0;orthogonalLoop=1;jettySize=auto;html=1;" target="QUzsFoNl6aFI_2ed8XXq-13">
          <mxGeometry relative="1" as="geometry">
            <Array as="points">
              <mxPoint x="120" y="220" />
              <mxPoint x="120" y="220" />
            </Array>
          </mxGeometry>
        </mxCell>
        <mxCell id="cKu8MT6L8Fp_BZaxLZj7-23" parent="1" style="ellipse;shape=doubleEllipse;whiteSpace=wrap;html=1;fillColor=#ffe6cc;strokeColor=#d79b00;" value="Demande JIRA 1&lt;div&gt;(recharge fichier)&lt;/div&gt;" vertex="1">
          <mxGeometry height="60" width="160" x="-850" y="190" as="geometry" />
        </mxCell>
        <mxCell id="cKu8MT6L8Fp_BZaxLZj7-25" edge="1" parent="1" source="cKu8MT6L8Fp_BZaxLZj7-11" style="edgeStyle=none;endArrow=none;exitX=0;exitY=0;dashed=1;html=1;rounded=0;exitDx=430;exitDy=45;exitPerimeter=0;" target="cKu8MT6L8Fp_BZaxLZj7-23" value="">
          <mxGeometry relative="1" x="1" as="geometry">
            <mxPoint x="-520" y="10" as="sourcePoint" />
            <mxPoint x="-490" y="150" as="targetPoint" />
          </mxGeometry>
        </mxCell>
        <mxCell id="cKu8MT6L8Fp_BZaxLZj7-26" edge="1" parent="1" source="cKu8MT6L8Fp_BZaxLZj7-11" style="edgeStyle=none;endArrow=none;exitX=0;exitY=0;dashed=1;html=1;rounded=0;exitDx=430;exitDy=45;exitPerimeter=0;entryX=0;entryY=0.5;entryDx=0;entryDy=0;" target="QUzsFoNl6aFI_2ed8XXq-34" value="">
          <mxGeometry relative="1" x="1" as="geometry">
            <mxPoint x="-900" y="200" as="sourcePoint" />
            <mxPoint x="-801" y="244" as="targetPoint" />
          </mxGeometry>
        </mxCell>
        <mxCell id="cKu8MT6L8Fp_BZaxLZj7-27" parent="1" style="text;html=1;whiteSpace=wrap;strokeColor=none;fillColor=none;align=center;verticalAlign=middle;rounded=0;fontSize=23;fontStyle=1" value="." vertex="1">
          <mxGeometry height="30" width="60" x="-800" y="313" as="geometry" />
        </mxCell>
        <mxCell id="cKu8MT6L8Fp_BZaxLZj7-28" parent="1" style="text;html=1;whiteSpace=wrap;strokeColor=none;fillColor=none;align=center;verticalAlign=middle;rounded=0;fontSize=23;fontStyle=1" value="." vertex="1">
          <mxGeometry height="30" width="60" x="-800" y="343" as="geometry" />
        </mxCell>
        <mxCell id="cKu8MT6L8Fp_BZaxLZj7-29" parent="1" style="text;html=1;whiteSpace=wrap;strokeColor=none;fillColor=none;align=center;verticalAlign=middle;rounded=0;fontSize=23;fontStyle=1" value="." vertex="1">
          <mxGeometry height="30" width="60" x="-800" y="326.5" as="geometry" />
        </mxCell>
        <mxCell id="cKu8MT6L8Fp_BZaxLZj7-31" parent="1" style="text;html=1;whiteSpace=wrap;strokeColor=none;fillColor=none;align=center;verticalAlign=middle;rounded=0;fontColor=#330000;" value="&lt;font style=&quot;&quot;&gt;Run Tag =&amp;nbsp;&lt;/font&gt;&lt;b style=&quot;text-align: left;&quot;&gt;x.x.x_bxxx-Rx-Jira-xxxx&lt;/b&gt;" vertex="1">
          <mxGeometry height="30" width="200" x="160" y="194" as="geometry" />
        </mxCell>
        <mxCell id="cKu8MT6L8Fp_BZaxLZj7-33" parent="1" style="text;html=1;whiteSpace=wrap;strokeColor=none;fillColor=none;align=center;verticalAlign=middle;rounded=0;fontColor=#330000;" value="&lt;font style=&quot;&quot;&gt;Run Tag =&amp;nbsp;&lt;b style=&quot;text-align: left;&quot;&gt;x.x.x_bxxx-Rx&lt;/b&gt;&lt;/font&gt;" vertex="1">
          <mxGeometry height="30" width="200" x="160" y="353.5" as="geometry" />
        </mxCell>
        <mxCell id="cKu8MT6L8Fp_BZaxLZj7-39" parent="1" style="text;html=1;whiteSpace=wrap;strokeColor=none;fillColor=none;align=center;verticalAlign=middle;rounded=0;" value="verifier/fermer/reopen" vertex="1">
          <mxGeometry height="30" width="60" x="1850" y="313.5" as="geometry" />
        </mxCell>
        <mxCell id="cKu8MT6L8Fp_BZaxLZj7-40" parent="1" style="text;html=1;whiteSpace=wrap;strokeColor=none;fillColor=none;align=center;verticalAlign=middle;rounded=0;" value="verifier/fermer/reopen" vertex="1">
          <mxGeometry height="30" width="60" x="1926" y="382.5" as="geometry" />
        </mxCell>
        <mxCell id="cKu8MT6L8Fp_BZaxLZj7-43" parent="1" style="text;html=1;whiteSpace=wrap;strokeColor=none;fillColor=none;align=center;verticalAlign=middle;rounded=0;fontColor=#FF3333;" value="est-ce qu&#39;on peut supprimer les donnees du meme run tag ? ok" vertex="1">
          <mxGeometry height="30" width="200" x="30" y="85" as="geometry" />
        </mxCell>
        <mxCell id="joy4J5Q9jbU-j6AZ98Qk-1" parent="1" style="text;html=1;whiteSpace=wrap;strokeColor=none;fillColor=none;align=center;verticalAlign=middle;rounded=0;" value="relance manuellement&lt;div&gt;avec JIRA number&lt;/div&gt;" vertex="1">
          <mxGeometry height="30" width="130" x="210" y="296.5" as="geometry" />
        </mxCell>
        <mxCell id="joy4J5Q9jbU-j6AZ98Qk-2" parent="1" style="text;html=1;whiteSpace=wrap;strokeColor=none;fillColor=none;align=center;verticalAlign=middle;rounded=0;" value="relance manuellement&lt;div&gt;avec JIRA number&lt;/div&gt;" vertex="1">
          <mxGeometry height="30" width="150" x="200" y="220" as="geometry" />
        </mxCell>
        <mxCell id="joy4J5Q9jbU-j6AZ98Qk-3" parent="1" style="text;html=1;whiteSpace=wrap;strokeColor=none;fillColor=none;align=center;verticalAlign=middle;rounded=0;" value="relance manuellement" vertex="1">
          <mxGeometry height="30" width="60" x="230" y="382" as="geometry" />
        </mxCell>
        <mxCell id="joy4J5Q9jbU-j6AZ98Qk-4" parent="1" style="text;html=1;whiteSpace=wrap;strokeColor=none;fillColor=none;align=center;verticalAlign=middle;rounded=0;" value="lance automatiqument" vertex="1">
          <mxGeometry height="30" width="60" x="230" y="152" as="geometry" />
        </mxCell>
      </root>
    </mxGraphModel>
  </diagram>
</mxfile>
